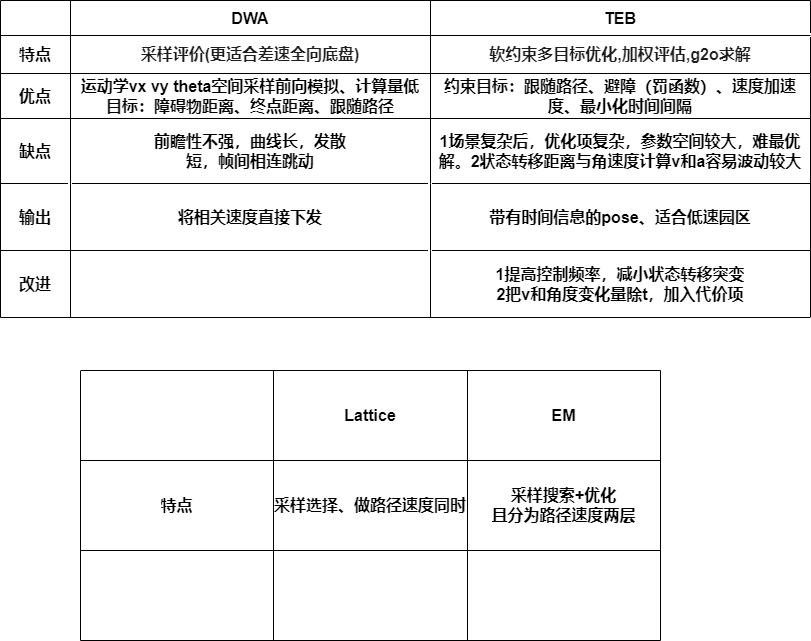
JonHarold/MAPF keeps this draw.io diagram as fisrst.drawio.png. Above is the earlier version. Source tidied: cells renumbered, new cells last; positions are measured from the earlier drawing's top-left corner, leaving out a move shared by most shapes.
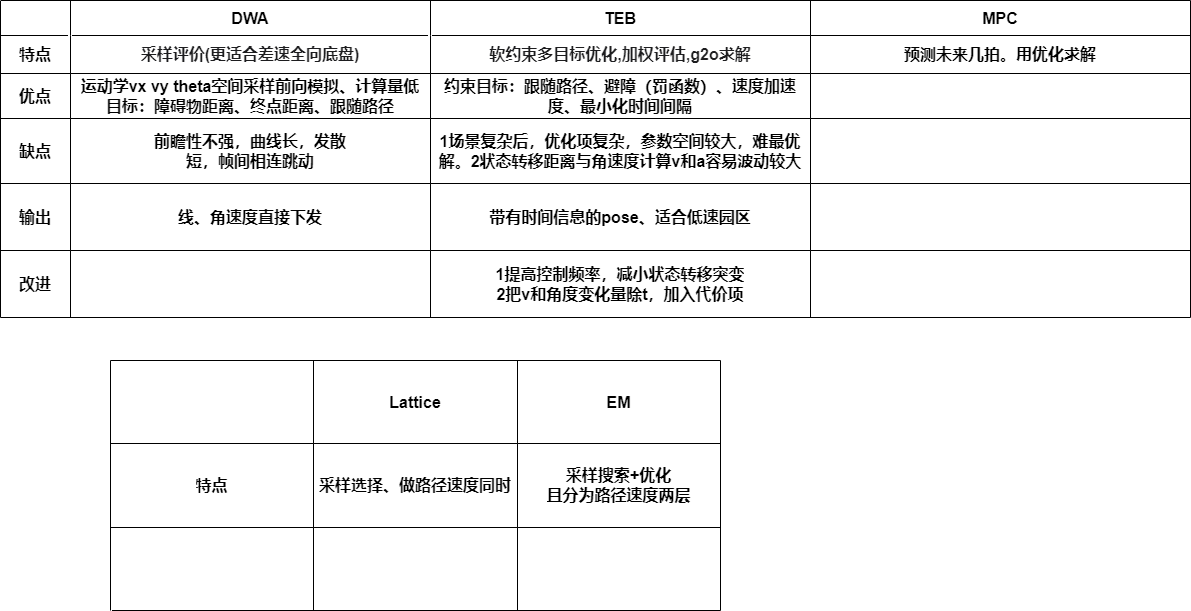
Above is the later version.

Diff of the diagram source:
```diff
@@ -3,10 +3,10 @@
     <mxCell id="0" />
     <mxCell id="1" parent="0" />
     <mxCell id="2" style="shape=table;startSize=0;fontSize=16;fontStyle=1;" parent="1" vertex="1">
-      <mxGeometry width="810" height="317" as="geometry" />
+      <mxGeometry x="-110" y="-30" width="1190" height="317" as="geometry" />
     </mxCell>
     <mxCell id="3" style="shape=tableRow;horizontal=0;startSize=0;swimlaneHead=0;swimlaneBody=0;top=0;left=0;bottom=0;right=0;fillColor=none;fontSize=16;fontStyle=1;" parent="2" vertex="1">
-      <mxGeometry width="810" height="35" as="geometry" />
+      <mxGeometry width="1190" height="35" as="geometry" />
     </mxCell>
     <mxCell id="4" style="shape=partialRectangle;html=1;whiteSpace=wrap;overflow=hidden;fillColor=none;top=0;left=0;bottom=0;right=0;fontSize=16;fontStyle=1;" parent="3" vertex="1">
       <mxGeometry width="70" height="35" as="geometry" />
@@ -17,8 +17,11 @@
     <mxCell id="6" value="TEB" style="shape=partialRectangle;html=1;whiteSpace=wrap;overflow=hidden;fillColor=none;top=0;left=0;bottom=0;right=0;fontSize=16;fontStyle=1;" parent="3" vertex="1">
       <mxGeometry x="430" width="380" height="35" as="geometry" />
     </mxCell>
+    <mxCell id="40" value="MPC" style="shape=partialRectangle;html=1;whiteSpace=wrap;overflow=hidden;fillColor=none;top=0;left=0;bottom=0;right=0;fontSize=16;fontStyle=1;" parent="3" vertex="1">
+      <mxGeometry x="810" width="380" height="35" as="geometry" />
+    </mxCell>
     <mxCell id="7" style="shape=tableRow;horizontal=0;startSize=0;swimlaneHead=0;swimlaneBody=0;top=0;left=0;bottom=0;right=0;fillColor=none;fontSize=16;fontStyle=1;" parent="2" vertex="1">
-      <mxGeometry y="35" width="810" height="38" as="geometry" />
+      <mxGeometry y="35" width="1190" height="38" as="geometry" />
     </mxCell>
     <mxCell id="8" value="特点" style="shape=partialRectangle;html=1;whiteSpace=wrap;overflow=hidden;fillColor=none;top=0;left=0;bottom=0;right=0;fontSize=16;fontStyle=1;" parent="7" vertex="1">
       <mxGeometry width="70" height="38" as="geometry" />
@@ -29,8 +32,11 @@
     <mxCell id="10" value="&lt;span style=&quot;color: rgb(29, 29, 31); font-family: SourceSansPro, -apple-system, &amp;quot;PingFang SC&amp;quot;, &amp;quot;Apple Color Emoji&amp;quot;, BlinkMacSystemFont, Helvetica, Arial, &amp;quot;Segoe UI Emoji&amp;quot;, &amp;quot;Segoe UI Symbol&amp;quot;, &amp;quot;Microsoft YaHei&amp;quot;, 微软雅黑, 黑体, Heiti, sans-serif, SimSun, 宋体, serif; font-size: 16px; text-align: start; background-color: rgb(255, 255, 255);&quot;&gt;软约束多目标优化,加权评估,g2o求解&lt;/span&gt;" style="shape=partialRectangle;html=1;whiteSpace=wrap;overflow=hidden;fillColor=none;top=0;left=0;bottom=0;right=0;fontSize=16;fontStyle=1;" parent="7" vertex="1">
       <mxGeometry x="430" width="380" height="38" as="geometry" />
     </mxCell>
+    <mxCell id="41" value="预测未来几拍。用优化求解" style="shape=partialRectangle;html=1;whiteSpace=wrap;overflow=hidden;fillColor=none;top=0;left=0;bottom=0;right=0;fontSize=16;fontStyle=1;" parent="7" vertex="1">
+      <mxGeometry x="810" width="380" height="38" as="geometry" />
+    </mxCell>
     <mxCell id="11" style="shape=tableRow;horizontal=0;startSize=0;swimlaneHead=0;swimlaneBody=0;top=0;left=0;bottom=0;right=0;fillColor=none;fontSize=16;fontStyle=1;" parent="2" vertex="1">
-      <mxGeometry y="73" width="810" height="45" as="geometry" />
+      <mxGeometry y="73" width="1190" height="45" as="geometry" />
     </mxCell>
     <mxCell id="12" value="优点" style="shape=partialRectangle;html=1;whiteSpace=wrap;overflow=hidden;fillColor=none;top=0;left=0;bottom=0;right=0;fontSize=16;fontStyle=1;" parent="11" vertex="1">
       <mxGeometry width="70" height="45" as="geometry" />
@@ -41,8 +47,11 @@
     <mxCell id="14" value="约束目标：跟随路径、避障（罚函数）、速度加速度、最小化时间间隔" style="shape=partialRectangle;html=1;whiteSpace=wrap;overflow=hidden;fillColor=none;top=0;left=0;bottom=0;right=0;fontSize=16;fontStyle=1;" parent="11" vertex="1">
       <mxGeometry x="430" width="380" height="45" as="geometry" />
     </mxCell>
+    <mxCell id="42" style="shape=partialRectangle;html=1;whiteSpace=wrap;overflow=hidden;fillColor=none;top=0;left=0;bottom=0;right=0;fontSize=16;fontStyle=1;" parent="11" vertex="1">
+      <mxGeometry x="810" width="380" height="45" as="geometry" />
+    </mxCell>
     <mxCell id="15" style="shape=tableRow;horizontal=0;startSize=0;swimlaneHead=0;swimlaneBody=0;top=0;left=0;bottom=0;right=0;fillColor=none;fontSize=16;fontStyle=1;" parent="2" vertex="1">
-      <mxGeometry y="118" width="810" height="65" as="geometry" />
+      <mxGeometry y="118" width="1190" height="65" as="geometry" />
     </mxCell>
     <mxCell id="16" value="缺点" style="shape=partialRectangle;html=1;whiteSpace=wrap;overflow=hidden;fillColor=none;top=0;left=0;bottom=0;right=0;fontSize=16;fontStyle=1;" parent="15" vertex="1">
       <mxGeometry width="70" height="65" as="geometry" />
@@ -53,20 +62,26 @@
     <mxCell id="18" value="1场景复杂后，优化项复杂，参数空间较大，难最优解。2状态转移距离与角速度计算v和a容易波动较大" style="shape=partialRectangle;html=1;whiteSpace=wrap;overflow=hidden;fillColor=none;top=0;left=0;bottom=0;right=0;fontSize=16;fontStyle=1;" parent="15" vertex="1">
       <mxGeometry x="430" width="380" height="65" as="geometry" />
     </mxCell>
+    <mxCell id="43" style="shape=partialRectangle;html=1;whiteSpace=wrap;overflow=hidden;fillColor=none;top=0;left=0;bottom=0;right=0;fontSize=16;fontStyle=1;" parent="15" vertex="1">
+      <mxGeometry x="810" width="380" height="65" as="geometry" />
+    </mxCell>
     <mxCell id="19" style="shape=tableRow;horizontal=0;startSize=0;swimlaneHead=0;swimlaneBody=0;top=0;left=0;bottom=0;right=0;fillColor=none;fontSize=16;fontStyle=1;" parent="2" vertex="1">
-      <mxGeometry y="183" width="810" height="67" as="geometry" />
+      <mxGeometry y="183" width="1190" height="67" as="geometry" />
     </mxCell>
     <mxCell id="20" value="输出" style="shape=partialRectangle;html=1;whiteSpace=wrap;overflow=hidden;fillColor=none;top=0;left=0;bottom=0;right=0;fontSize=16;fontStyle=1;" parent="19" vertex="1">
       <mxGeometry width="70" height="67" as="geometry" />
     </mxCell>
-    <mxCell id="21" value="将相关速度直接下发" style="shape=partialRectangle;html=1;whiteSpace=wrap;overflow=hidden;fillColor=none;top=0;left=0;bottom=0;right=0;fontSize=16;fontStyle=1;" parent="19" vertex="1">
+    <mxCell id="21" value="线、角速度直接下发" style="shape=partialRectangle;html=1;whiteSpace=wrap;overflow=hidden;fillColor=none;top=0;left=0;bottom=0;right=0;fontSize=16;fontStyle=1;" parent="19" vertex="1">
       <mxGeometry x="70" width="360" height="67" as="geometry" />
     </mxCell>
     <mxCell id="22" value="带有时间信息的pose、适合低速园区" style="shape=partialRectangle;html=1;whiteSpace=wrap;overflow=hidden;fillColor=none;top=0;left=0;bottom=0;right=0;fontSize=16;fontStyle=1;" parent="19" vertex="1">
       <mxGeometry x="430" width="380" height="67" as="geometry" />
     </mxCell>
+    <mxCell id="44" style="shape=partialRectangle;html=1;whiteSpace=wrap;overflow=hidden;fillColor=none;top=0;left=0;bottom=0;right=0;fontSize=16;fontStyle=1;" parent="19" vertex="1">
+      <mxGeometry x="810" width="380" height="67" as="geometry" />
+    </mxCell>
     <mxCell id="23" style="shape=tableRow;horizontal=0;startSize=0;swimlaneHead=0;swimlaneBody=0;top=0;left=0;bottom=0;right=0;fillColor=none;fontSize=16;fontStyle=1;" parent="2" vertex="1">
-      <mxGeometry y="250" width="810" height="67" as="geometry" />
+      <mxGeometry y="250" width="1190" height="67" as="geometry" />
     </mxCell>
     <mxCell id="24" value="改进" style="shape=partialRectangle;html=1;whiteSpace=wrap;overflow=hidden;fillColor=none;top=0;left=0;bottom=0;right=0;fontSize=16;fontStyle=1;" parent="23" vertex="1">
       <mxGeometry width="70" height="67" as="geometry" />
@@ -77,44 +92,47 @@
     <mxCell id="26" value="1提高控制频率，减小状态转移突变&lt;br&gt;2把v和角度变化量除t，加入代价项" style="shape=partialRectangle;html=1;whiteSpace=wrap;overflow=hidden;fillColor=none;top=0;left=0;bottom=0;right=0;fontSize=16;fontStyle=1;" parent="23" vertex="1">
       <mxGeometry x="430" width="380" height="67" as="geometry" />
     </mxCell>
+    <mxCell id="45" style="shape=partialRectangle;html=1;whiteSpace=wrap;overflow=hidden;fillColor=none;top=0;left=0;bottom=0;right=0;fontSize=16;fontStyle=1;" parent="23" vertex="1">
+      <mxGeometry x="810" width="380" height="67" as="geometry" />
+    </mxCell>
     <mxCell id="27" style="shape=table;startSize=0;fontSize=16;fontStyle=1;" parent="1" vertex="1">
-      <mxGeometry x="80" y="370" width="580" height="270" as="geometry" />
+      <mxGeometry y="330" width="610" height="250" as="geometry" />
     </mxCell>
     <mxCell id="28" style="shape=tableRow;horizontal=0;startSize=0;swimlaneHead=0;swimlaneBody=0;top=0;left=0;bottom=0;right=0;fillColor=none;fontSize=16;fontStyle=1;" parent="27" vertex="1">
-      <mxGeometry width="580" height="90" as="geometry" />
+      <mxGeometry width="610" height="83" as="geometry" />
     </mxCell>
     <mxCell id="29" style="shape=partialRectangle;html=1;whiteSpace=wrap;overflow=hidden;fillColor=none;top=0;left=0;bottom=0;right=0;fontSize=16;fontStyle=1;" parent="28" vertex="1">
-      <mxGeometry width="193" height="90" as="geometry" />
+      <mxGeometry width="203" height="83" as="geometry" />
     </mxCell>
     <mxCell id="30" value="Lattice" style="shape=partialRectangle;html=1;whiteSpace=wrap;overflow=hidden;fillColor=none;top=0;left=0;bottom=0;right=0;fontSize=16;fontStyle=1;" parent="28" vertex="1">
-      <mxGeometry x="193" width="194" height="90" as="geometry" />
+      <mxGeometry x="203" width="204" height="83" as="geometry" />
     </mxCell>
     <mxCell id="31" value="EM" style="shape=partialRectangle;html=1;whiteSpace=wrap;overflow=hidden;fillColor=none;top=0;left=0;bottom=0;right=0;fontSize=16;fontStyle=1;" parent="28" vertex="1">
-      <mxGeometry x="387" width="193" height="90" as="geometry" />
+      <mxGeometry x="407" width="203" height="83" as="geometry" />
     </mxCell>
     <mxCell id="32" style="shape=tableRow;horizontal=0;startSize=0;swimlaneHead=0;swimlaneBody=0;top=0;left=0;bottom=0;right=0;fillColor=none;fontSize=16;fontStyle=1;" parent="27" vertex="1">
-      <mxGeometry y="90" width="580" height="90" as="geometry" />
+      <mxGeometry y="83" width="610" height="84" as="geometry" />
     </mxCell>
     <mxCell id="33" value="特点" style="shape=partialRectangle;html=1;whiteSpace=wrap;overflow=hidden;fillColor=none;top=0;left=0;bottom=0;right=0;fontSize=16;fontStyle=1;" parent="32" vertex="1">
-      <mxGeometry width="193" height="90" as="geometry" />
+      <mxGeometry width="203" height="84" as="geometry" />
     </mxCell>
     <mxCell id="34" value="采样选择、做路径速度同时" style="shape=partialRectangle;html=1;whiteSpace=wrap;overflow=hidden;fillColor=none;top=0;left=0;bottom=0;right=0;fontSize=16;fontStyle=1;" parent="32" vertex="1">
-      <mxGeometry x="193" width="194" height="90" as="geometry" />
+      <mxGeometry x="203" width="204" height="84" as="geometry" />
     </mxCell>
     <mxCell id="35" value="采样搜索+优化&lt;br style=&quot;font-size: 16px;&quot;&gt;且分为路径速度两层" style="shape=partialRectangle;html=1;whiteSpace=wrap;overflow=hidden;fillColor=none;top=0;left=0;bottom=0;right=0;fontSize=16;fontStyle=1;" parent="32" vertex="1">
-      <mxGeometry x="387" width="193" height="90" as="geometry" />
+      <mxGeometry x="407" width="203" height="84" as="geometry" />
     </mxCell>
     <mxCell id="36" style="shape=tableRow;horizontal=0;startSize=0;swimlaneHead=0;swimlaneBody=0;top=0;left=0;bottom=0;right=0;fillColor=none;fontSize=16;fontStyle=1;" parent="27" vertex="1">
-      <mxGeometry y="180" width="580" height="90" as="geometry" />
+      <mxGeometry y="167" width="610" height="83" as="geometry" />
     </mxCell>
     <mxCell id="37" style="shape=partialRectangle;html=1;whiteSpace=wrap;overflow=hidden;fillColor=none;top=0;left=0;bottom=0;right=0;fontSize=16;fontStyle=1;" parent="36" vertex="1">
-      <mxGeometry width="193" height="90" as="geometry" />
+      <mxGeometry width="203" height="83" as="geometry" />
     </mxCell>
     <mxCell id="38" style="shape=partialRectangle;html=1;whiteSpace=wrap;overflow=hidden;fillColor=none;top=0;left=0;bottom=0;right=0;fontSize=16;fontStyle=1;" parent="36" vertex="1">
-      <mxGeometry x="193" width="194" height="90" as="geometry" />
+      <mxGeometry x="203" width="204" height="83" as="geometry" />
     </mxCell>
     <mxCell id="39" style="shape=partialRectangle;html=1;whiteSpace=wrap;overflow=hidden;fillColor=none;top=0;left=0;bottom=0;right=0;fontSize=16;fontStyle=1;" parent="36" vertex="1">
-      <mxGeometry x="387" width="193" height="90" as="geometry" />
+      <mxGeometry x="407" width="203" height="83" as="geometry" />
     </mxCell>
   </root>
 </mxGraphModel>
```
